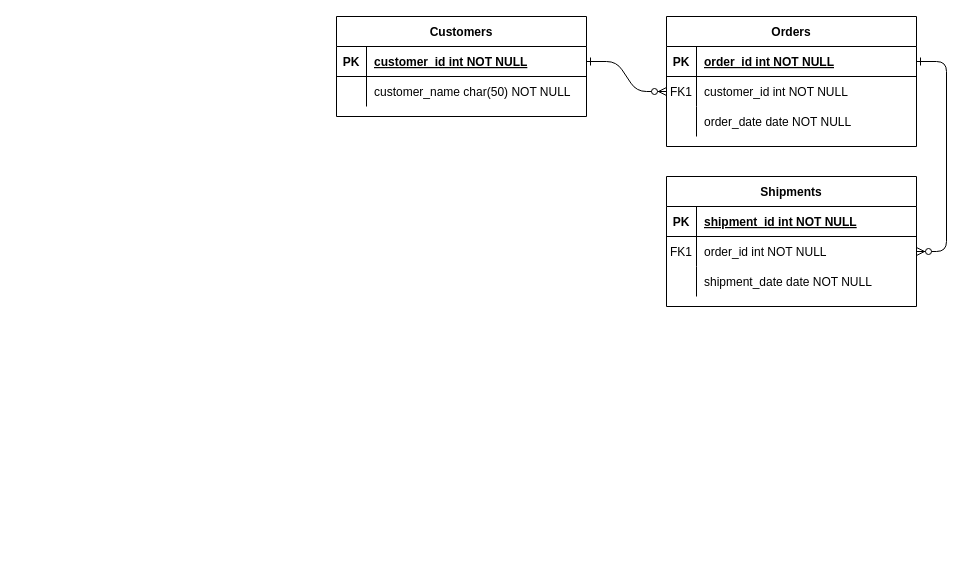
The draw.io diagram Untitled Diagram.drawio in Fischlein18/test-eventing, before the edit. Source tidied: cells renumbered, new cells numbered last; positions are measured from the earlier drawing's top-left corner, leaving out a move shared by most shapes. Both pictures are drawn from the tidied source at 100%, with x=0, y=0 at pixel (336, 16).
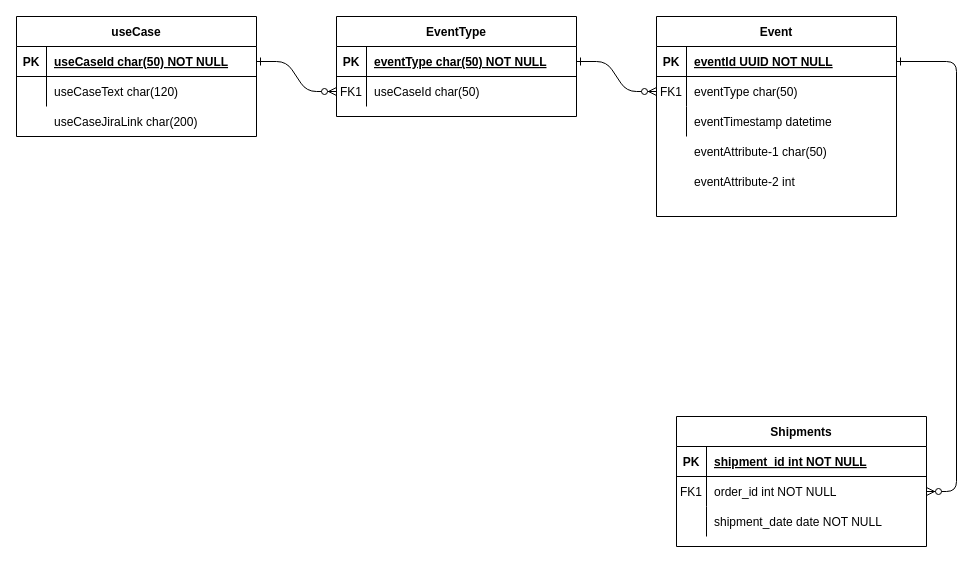
The same diagram, later.

Change to the diagram source:
```diff
@@
-    <mxCell id="2" style="edgeStyle=entityRelationEdgeStyle;endArrow=ERzeroToMany;startArrow=ERone;endFill=1;startFill=0;" parent="1" edge="1" source="25" target="8">
+    <mxCell id="2" style="edgeStyle=entityRelationEdgeStyle;endArrow=ERzeroToMany;startArrow=ERone;endFill=1;startFill=0;entryX=0;entryY=0.5;entryDx=0;entryDy=0;" parent="1" edge="1" source="25" target="8">
       <mxGeometry relative="1" as="geometry" />
     </mxCell>
@@
-    <mxCell id="4" value="Orders" style="shape=table;startSize=30;childLayout=tableLayout;rowLines=0;fontStyle=1;align=center;" parent="1" vertex="1">
-      <mxGeometry x="330" width="250" height="130" as="geometry" />
+    <mxCell id="4" value="Event" style="shape=table;startSize=30;childLayout=tableLayout;rowLines=0;fontStyle=1;align=center;" parent="1" vertex="1">
+      <mxGeometry x="320" width="240" height="200" as="geometry" />
     </mxCell>
     <mxCell id="5" style="shape=partialRectangle;fillColor=none;points=[[0,0.5],[1,0.5]];portConstraint=eastwest;top=0;left=0;right=0;bottom=1;" parent="4" vertex="1">
-      <mxGeometry y="30" width="250" height="30" as="geometry" />
+      <mxGeometry y="30" width="240" height="30" as="geometry" />
     </mxCell>
@@
-    <mxCell id="7" value="order_id int NOT NULL " style="shape=partialRectangle;overflow=hidden;fillColor=none;top=0;left=0;bottom=0;right=0;align=left;spacingLeft=6;fontStyle=5;" parent="5" vertex="1">
-      <mxGeometry x="30" width="220" height="30" as="geometry" />
+    <mxCell id="7" value="eventId UUID NOT NULL" style="shape=partialRectangle;overflow=hidden;fillColor=none;top=0;left=0;bottom=0;right=0;align=left;spacingLeft=6;fontStyle=5;" parent="5" vertex="1">
+      <mxGeometry x="30" width="210" height="30" as="geometry" />
     </mxCell>
     <mxCell id="8" style="shape=partialRectangle;fillColor=none;points=[[0,0.5],[1,0.5]];portConstraint=eastwest;top=0;left=0;right=0;bottom=0;" parent="4" vertex="1">
-      <mxGeometry y="60" width="250" height="30" as="geometry" />
+      <mxGeometry y="60" width="240" height="30" as="geometry" />
     </mxCell>
@@
-    <mxCell id="10" value="customer_id int NOT NULL" style="shape=partialRectangle;overflow=hidden;fillColor=none;top=0;left=0;bottom=0;right=0;align=left;spacingLeft=6;" parent="8" vertex="1">
-      <mxGeometry x="30" width="220" height="30" as="geometry" />
+    <mxCell id="10" value="eventType char(50) " style="shape=partialRectangle;overflow=hidden;fillColor=none;top=0;left=0;bottom=0;right=0;align=left;spacingLeft=6;" parent="8" vertex="1">
+      <mxGeometry x="30" width="210" height="30" as="geometry" />
     </mxCell>
     <mxCell id="11" style="shape=partialRectangle;fillColor=none;top=0;left=0;right=0;bottom=0;" parent="4" vertex="1">
-      <mxGeometry y="90" width="250" height="30" as="geometry" />
+      <mxGeometry y="90" width="240" height="30" as="geometry" />
     </mxCell>
@@
-    <mxCell id="13" value="order_date date NOT NULL" style="shape=partialRectangle;overflow=hidden;fillColor=none;top=0;left=0;bottom=0;right=0;align=left;spacingLeft=6;" parent="11" vertex="1">
-      <mxGeometry x="30" width="220" height="30" as="geometry" />
+    <mxCell id="13" value="eventTimestamp datetime " style="shape=partialRectangle;overflow=hidden;fillColor=none;top=0;left=0;bottom=0;right=0;align=left;spacingLeft=6;" parent="11" vertex="1">
+      <mxGeometry x="30" width="210" height="30" as="geometry" />
     </mxCell>
     <mxCell id="14" value="Shipments" style="shape=table;startSize=30;childLayout=tableLayout;rowLines=0;fontStyle=1;align=center;" parent="1" vertex="1">
-      <mxGeometry x="330" y="160" width="250" height="130" as="geometry" />
+      <mxGeometry x="340" y="400" width="250" height="130" as="geometry" />
     </mxCell>
@@
-    <mxCell id="24" value="Customers" style="shape=table;startSize=30;childLayout=tableLayout;rowLines=0;fontStyle=1;align=center;" parent="1" vertex="1">
-      <mxGeometry width="250" height="100" as="geometry" />
+    <mxCell id="24" value="EventType" style="shape=table;startSize=30;childLayout=tableLayout;rowLines=0;fontStyle=1;align=center;" parent="1" vertex="1">
+      <mxGeometry width="240" height="100" as="geometry" />
     </mxCell>
     <mxCell id="25" style="shape=partialRectangle;fillColor=none;points=[[0,0.5],[1,0.5]];portConstraint=eastwest;top=0;left=0;right=0;bottom=1;" parent="24" vertex="1">
-      <mxGeometry y="30" width="250" height="30" as="geometry" />
+      <mxGeometry y="30" width="240" height="30" as="geometry" />
     </mxCell>
@@
-    <mxCell id="27" value="customer_id int NOT NULL " style="shape=partialRectangle;overflow=hidden;fillColor=none;top=0;left=0;bottom=0;right=0;align=left;spacingLeft=6;fontStyle=5;" parent="25" vertex="1">
-      <mxGeometry x="30" width="220" height="30" as="geometry" />
+    <mxCell id="27" value="eventType char(50) NOT NULL" style="shape=partialRectangle;overflow=hidden;fillColor=none;top=0;left=0;bottom=0;right=0;align=left;spacingLeft=6;fontStyle=5;" parent="25" vertex="1">
+      <mxGeometry x="30" width="210" height="30" as="geometry" />
     </mxCell>
     <mxCell id="28" style="shape=partialRectangle;fillColor=none;top=0;left=0;right=0;bottom=0;" parent="24" vertex="1">
-      <mxGeometry y="60" width="250" height="30" as="geometry" />
+      <mxGeometry y="60" width="240" height="30" as="geometry" />
     </mxCell>
-    <mxCell id="29" style="shape=partialRectangle;overflow=hidden;fillColor=none;top=0;left=0;bottom=0;right=0;" parent="28" vertex="1">
+    <mxCell id="29" value="FK1" style="shape=partialRectangle;overflow=hidden;fillColor=none;top=0;left=0;bottom=0;right=0;" parent="28" vertex="1">
       <mxGeometry width="30" height="30" as="geometry" />
     </mxCell>
-    <mxCell id="30" value="customer_name char(50) NOT NULL" style="shape=partialRectangle;overflow=hidden;fillColor=none;top=0;left=0;bottom=0;right=0;align=left;spacingLeft=6;" parent="28" vertex="1">
-      <mxGeometry x="30" width="220" height="30" as="geometry" />
+    <mxCell id="30" value="useCaseId char(50) " style="shape=partialRectangle;overflow=hidden;fillColor=none;top=0;left=0;bottom=0;right=0;align=left;spacingLeft=6;" parent="28" vertex="1">
+      <mxGeometry x="30" width="210" height="30" as="geometry" />
     </mxCell>
+    <mxCell id="31" value="eventAttribute-1 char(50)" style="shape=partialRectangle;overflow=hidden;fillColor=none;top=0;left=0;bottom=0;right=0;align=left;spacingLeft=6;" parent="1" vertex="1">
+      <mxGeometry x="350" y="120" width="210" height="30" as="geometry" />
+    </mxCell>
+    <mxCell id="32" value="useCase" style="shape=table;startSize=30;childLayout=tableLayout;rowLines=0;fontStyle=1;align=center;" parent="1" vertex="1">
+      <mxGeometry x="-320" width="240" height="120" as="geometry" />
+    </mxCell>
+    <mxCell id="33" style="shape=partialRectangle;fillColor=none;top=0;left=0;right=0;bottom=1;" parent="32" vertex="1">
+      <mxGeometry y="30" width="240" height="30" as="geometry" />
+    </mxCell>
+    <mxCell id="34" value="PK" style="shape=partialRectangle;overflow=hidden;fillColor=none;top=0;left=0;bottom=0;right=0;fontStyle=1;" parent="33" vertex="1">
+      <mxGeometry width="30" height="30" as="geometry" />
+    </mxCell>
+    <mxCell id="35" value="useCaseId char(50) NOT NULL" style="shape=partialRectangle;overflow=hidden;fillColor=none;top=0;left=0;bottom=0;right=0;align=left;spacingLeft=6;fontStyle=5;" parent="33" vertex="1">
+      <mxGeometry x="30" width="210" height="30" as="geometry" />
+    </mxCell>
+    <mxCell id="36" style="shape=partialRectangle;fillColor=none;top=0;left=0;right=0;bottom=0;" parent="32" vertex="1">
+      <mxGeometry y="60" width="240" height="30" as="geometry" />
+    </mxCell>
+    <mxCell id="37" style="shape=partialRectangle;overflow=hidden;fillColor=none;top=0;left=0;bottom=0;right=0;" parent="36" vertex="1">
+      <mxGeometry width="30" height="30" as="geometry" />
+    </mxCell>
+    <mxCell id="38" value="useCaseText char(120)" style="shape=partialRectangle;overflow=hidden;fillColor=none;top=0;left=0;bottom=0;right=0;align=left;spacingLeft=6;" parent="36" vertex="1">
+      <mxGeometry x="30" width="210" height="30" as="geometry" />
+    </mxCell>
+    <mxCell id="39" style="shape=partialRectangle;fillColor=none;top=0;left=0;right=0;bottom=0;" parent="1" vertex="1">
+      <mxGeometry x="-320" y="90" width="240" height="30" as="geometry" />
+    </mxCell>
+    <mxCell id="40" style="shape=partialRectangle;overflow=hidden;fillColor=none;top=0;left=0;bottom=0;right=0;" parent="39" vertex="1">
+      <mxGeometry width="30" height="30" as="geometry" />
+    </mxCell>
+    <mxCell id="41" value="useCaseJiraLink char(200)" style="shape=partialRectangle;overflow=hidden;fillColor=none;top=0;left=0;bottom=0;right=0;align=left;spacingLeft=6;" parent="39" vertex="1">
+      <mxGeometry x="30" width="210" height="30" as="geometry" />
+    </mxCell>
+    <mxCell id="42" style="shape=partialRectangle;overflow=hidden;fillColor=none;top=0;left=0;bottom=0;right=0;" parent="1" vertex="1">
+      <mxGeometry x="-320" y="90" width="30" height="30" as="geometry" />
+    </mxCell>
+    <mxCell id="43" style="edgeStyle=entityRelationEdgeStyle;endArrow=ERzeroToMany;startArrow=ERone;endFill=1;startFill=0;entryX=0;entryY=0.5;entryDx=0;entryDy=0;" parent="1" edge="1">
+      <mxGeometry relative="1" as="geometry">
+        <mxPoint x="-80" y="45" as="sourcePoint" />
+        <mxPoint y="75" as="targetPoint" />
+      </mxGeometry>
+    </mxCell>
+    <mxCell id="44" value="eventAttribute-2 int" style="shape=partialRectangle;overflow=hidden;fillColor=none;top=0;left=0;bottom=0;right=0;align=left;spacingLeft=6;" parent="1" vertex="1">
+      <mxGeometry x="350" y="150" width="210" height="30" as="geometry" />
+    </mxCell>
```
